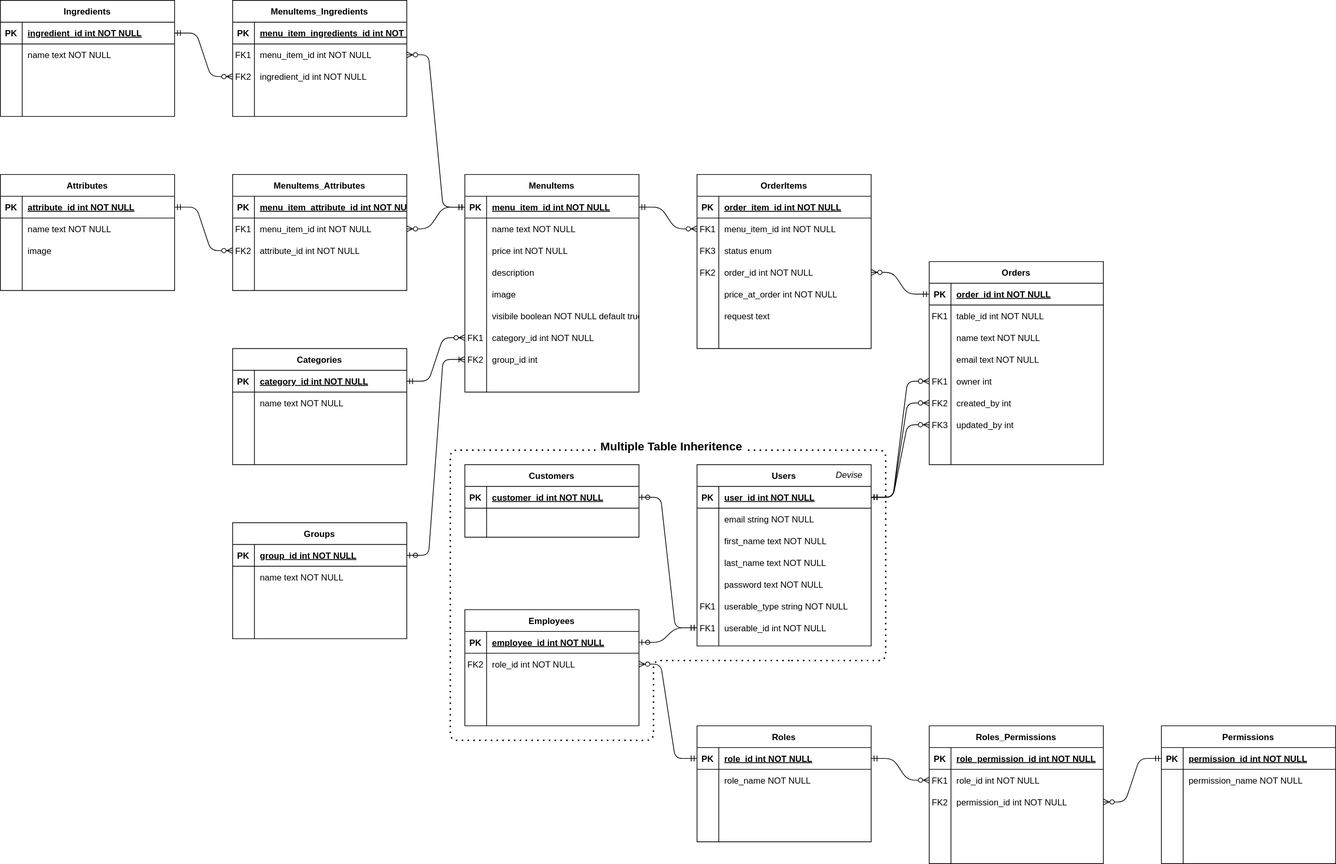
korayleigh/t3a2-b-docs keeps this draw.io diagram as entity_relationship_diagram/entity relationship diagram.drawio.svg. Above is the earlier version. Source tidied: cells renumbered, new cells last; positions are measured from the earlier drawing's top-left corner, leaving out a move shared by most shapes.
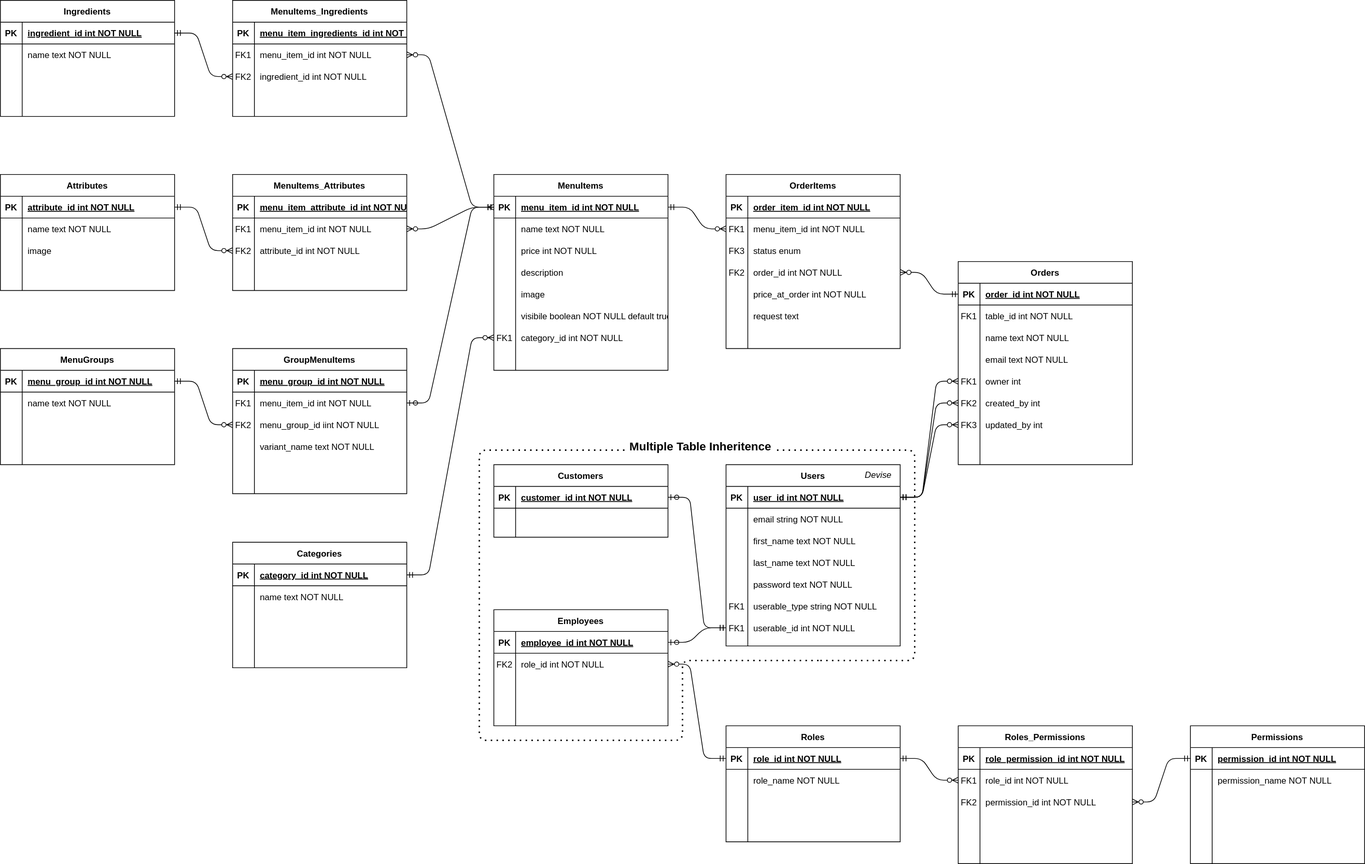
The same file after the commit.

Commit message:
update menu groups on ERD, new trello screenshots

What changed in the source:
```diff
@@ -69,7 +69,7 @@
       <mxGeometry x="30" width="210" height="30" as="geometry" />
     </mxCell>
     <mxCell id="24" value="MenuItems" style="shape=table;startSize=30;rowLines=0;fontStyle=1;align=center;" parent="1" vertex="1">
-      <mxGeometry x="640" y="240" width="240" height="300" as="geometry" />
+      <mxGeometry x="640" y="240" width="240" height="270" as="geometry" />
     </mxCell>
     <mxCell id="25" style="shape=partialRectangle;fillColor=none;points=[[0,0.5],[1,0.5]];portConstraint=eastwest;top=0;left=0;right=0;bottom=1;" parent="24" vertex="1">
       <mxGeometry y="30" width="240" height="30" as="geometry" />
@@ -134,15 +134,6 @@
     <mxCell id="45" value="category_id int NOT NULL" style="shape=partialRectangle;overflow=hidden;fillColor=none;top=0;left=0;bottom=0;right=0;align=left;spacingLeft=6;" parent="43" vertex="1">
       <mxGeometry x="30" width="210" height="30" as="geometry" />
     </mxCell>
-    <mxCell id="46" style="shape=partialRectangle;fillColor=none;points=[[0,0.5],[1,0.5]];portConstraint=eastwest;top=0;left=0;right=0;bottom=0;" parent="24" vertex="1">
-      <mxGeometry y="240" width="240" height="30" as="geometry" />
-    </mxCell>
-    <mxCell id="47" value="FK2" style="shape=partialRectangle;overflow=hidden;fillColor=none;top=0;left=0;bottom=0;right=0;" parent="46" vertex="1">
-      <mxGeometry width="30" height="30" as="geometry" />
-    </mxCell>
-    <mxCell id="48" value="group_id int" style="shape=partialRectangle;overflow=hidden;fillColor=none;top=0;left=0;bottom=0;right=0;align=left;spacingLeft=6;" parent="46" vertex="1">
-      <mxGeometry x="30" width="210" height="30" as="geometry" />
-    </mxCell>
     <mxCell id="49" value="Users" style="shape=table;startSize=30;rowLines=0;fontStyle=1;align=center;" parent="1" vertex="1">
       <mxGeometry x="960" y="640" width="240" height="250" as="geometry" />
     </mxCell>
@@ -426,7 +417,7 @@
       <mxGeometry relative="1" as="geometry" />
     </mxCell>
     <mxCell id="143" value="Attributes" style="shape=table;startSize=30;rowLines=0;fontStyle=1;align=center;" parent="1" vertex="1">
-      <mxGeometry y="240" width="240" height="160" as="geometry" />
+      <mxGeometry x="-40" y="240" width="240" height="160" as="geometry" />
     </mxCell>
     <mxCell id="144" style="shape=partialRectangle;fillColor=none;points=[[0,0.5],[1,0.5]];portConstraint=eastwest;top=0;left=0;right=0;bottom=1;" parent="143" vertex="1">
       <mxGeometry y="30" width="240" height="30" as="geometry" />
@@ -465,7 +456,7 @@
       <mxGeometry x="30" width="210" height="30" as="geometry" />
     </mxCell>
     <mxCell id="156" value="MenuItems_Attributes" style="shape=table;startSize=30;rowLines=0;fontStyle=1;align=center;" parent="1" vertex="1">
-      <mxGeometry x="320" y="240" width="240" height="160" as="geometry" />
+      <mxGeometry x="280" y="240" width="240" height="160" as="geometry" />
     </mxCell>
     <mxCell id="157" style="shape=partialRectangle;fillColor=none;top=0;left=0;right=0;bottom=1;" parent="156" vertex="1">
       <mxGeometry y="30" width="240" height="30" as="geometry" />
@@ -510,7 +501,7 @@
       <mxGeometry relative="1" as="geometry" />
     </mxCell>
     <mxCell id="171" value="Ingredients" style="shape=table;startSize=30;rowLines=0;fontStyle=1;align=center;" parent="1" vertex="1">
-      <mxGeometry width="240" height="160" as="geometry" />
+      <mxGeometry x="-40" width="240" height="160" as="geometry" />
     </mxCell>
     <mxCell id="172" style="shape=partialRectangle;fillColor=none;points=[[0,0.5],[1,0.5]];portConstraint=eastwest;top=0;left=0;right=0;bottom=1;" parent="171" vertex="1">
       <mxGeometry y="30" width="240" height="30" as="geometry" />
@@ -549,7 +540,7 @@
       <mxGeometry x="30" width="210" height="30" as="geometry" />
     </mxCell>
     <mxCell id="184" value="MenuItems_Ingredients" style="shape=table;startSize=30;rowLines=0;fontStyle=1;align=center;" parent="1" vertex="1">
-      <mxGeometry x="320" width="240" height="160" as="geometry" />
+      <mxGeometry x="280" width="240" height="160" as="geometry" />
     </mxCell>
     <mxCell id="185" style="shape=partialRectangle;fillColor=none;top=0;left=0;right=0;bottom=1;" parent="184" vertex="1">
       <mxGeometry y="30" width="240" height="30" as="geometry" />
@@ -594,7 +585,7 @@
       <mxGeometry relative="1" as="geometry" />
     </mxCell>
     <mxCell id="199" value="Categories" style="shape=table;startSize=30;rowLines=0;fontStyle=1;align=center;" parent="1" vertex="1">
-      <mxGeometry x="320" y="480" width="240" height="160" as="geometry" />
+      <mxGeometry x="280" y="747" width="240" height="173" as="geometry" />
     </mxCell>
     <mxCell id="200" style="shape=partialRectangle;fillColor=none;points=[[0,0.5],[1,0.5]];portConstraint=eastwest;top=0;left=0;right=0;bottom=1;" parent="199" vertex="1">
       <mxGeometry y="30" width="240" height="30" as="geometry" />
@@ -623,20 +614,11 @@
     <mxCell id="208" style="shape=partialRectangle;overflow=hidden;fillColor=none;top=0;left=0;bottom=0;right=0;align=left;spacingLeft=6;" parent="206" vertex="1">
       <mxGeometry x="30" width="210" height="30" as="geometry" />
     </mxCell>
-    <mxCell id="209" style="shape=partialRectangle;fillColor=none;top=0;left=0;right=0;bottom=0;" parent="199" vertex="1">
-      <mxGeometry y="120" width="240" height="30" as="geometry" />
-    </mxCell>
-    <mxCell id="210" style="shape=partialRectangle;overflow=hidden;fillColor=none;top=0;left=0;bottom=0;right=0;" parent="209" vertex="1">
-      <mxGeometry width="30" height="30" as="geometry" />
-    </mxCell>
-    <mxCell id="211" style="shape=partialRectangle;overflow=hidden;fillColor=none;top=0;left=0;bottom=0;right=0;align=left;spacingLeft=6;" parent="209" vertex="1">
-      <mxGeometry x="30" width="210" height="30" as="geometry" />
-    </mxCell>
     <mxCell id="212" style="edgeStyle=entityRelationEdgeStyle;fontSize=12;html=1;endArrow=ERzeroToMany;startArrow=ERmandOne;rounded=1;entryX=0;entryY=0.5;entryDx=0;entryDy=0;exitX=1;exitY=0.5;exitDx=0;exitDy=0;" parent="1" edge="1" source="200" target="43">
       <mxGeometry relative="1" as="geometry" />
     </mxCell>
-    <mxCell id="213" value="Groups" style="shape=table;startSize=30;rowLines=0;fontStyle=1;align=center;" parent="1" vertex="1">
-      <mxGeometry x="320" y="720" width="240" height="160" as="geometry" />
+    <mxCell id="213" value="MenuGroups" style="shape=table;startSize=30;rowLines=0;fontStyle=1;align=center;" parent="1" vertex="1">
+      <mxGeometry x="-40" y="480" width="240" height="160" as="geometry" />
     </mxCell>
     <mxCell id="214" style="shape=partialRectangle;fillColor=none;points=[[0,0.5],[1,0.5]];portConstraint=eastwest;top=0;left=0;right=0;bottom=1;" parent="213" vertex="1">
       <mxGeometry y="30" width="240" height="30" as="geometry" />
@@ -644,7 +626,7 @@
     <mxCell id="215" value="PK" style="shape=partialRectangle;overflow=hidden;fillColor=none;top=0;left=0;bottom=0;right=0;fontStyle=1;" parent="214" vertex="1">
       <mxGeometry width="30" height="30" as="geometry" />
     </mxCell>
-    <mxCell id="216" value="group_id int NOT NULL " style="shape=partialRectangle;overflow=hidden;fillColor=none;top=0;left=0;bottom=0;right=0;align=left;spacingLeft=6;fontStyle=5;" parent="214" vertex="1">
+    <mxCell id="216" value="menu_group_id int NOT NULL " style="shape=partialRectangle;overflow=hidden;fillColor=none;top=0;left=0;bottom=0;right=0;align=left;spacingLeft=6;fontStyle=5;" parent="214" vertex="1">
       <mxGeometry x="30" width="210" height="30" as="geometry" />
     </mxCell>
     <mxCell id="217" style="shape=partialRectangle;fillColor=none;top=0;left=0;right=0;bottom=0;" parent="213" vertex="1">
@@ -674,7 +656,7 @@
     <mxCell id="225" style="shape=partialRectangle;overflow=hidden;fillColor=none;top=0;left=0;bottom=0;right=0;align=left;spacingLeft=6;" parent="223" vertex="1">
       <mxGeometry x="30" width="210" height="30" as="geometry" />
     </mxCell>
-    <mxCell id="226" style="edgeStyle=entityRelationEdgeStyle;fontSize=12;html=1;endArrow=ERoneToMany;startArrow=ERzeroToOne;rounded=1;entryX=0;entryY=0.5;entryDx=0;entryDy=0;exitX=1;exitY=0.5;exitDx=0;exitDy=0;startFill=0;endFill=0;" parent="1" edge="1" source="214" target="46">
+    <mxCell id="226" style="edgeStyle=entityRelationEdgeStyle;fontSize=12;html=1;endArrow=ERoneToMany;startArrow=ERzeroToOne;rounded=1;exitX=1;exitY=0.5;exitDx=0;exitDy=0;startFill=0;endFill=0;entryX=0;entryY=0.5;entryDx=0;entryDy=0;" parent="1" edge="1" source="260" target="25">
       <mxGeometry relative="1" as="geometry" />
     </mxCell>
     <mxCell id="227" value="Customers" style="shape=table;startSize=30;rowLines=0;fontStyle=1;align=center;" parent="1" vertex="1">
@@ -778,5 +760,56 @@
     <mxCell id="255" style="edgeStyle=entityRelationEdgeStyle;fontSize=12;html=1;endArrow=ERzeroToMany;startArrow=ERmandOne;rounded=1;exitX=1;exitY=0.5;exitDx=0;exitDy=0;entryX=0;entryY=0.5;entryDx=0;entryDy=0;" parent="1" edge="1" source="50" target="15">
       <mxGeometry relative="1" as="geometry" />
     </mxCell>
+    <mxCell id="256" value="GroupMenuItems" style="shape=table;startSize=30;rowLines=0;fontStyle=1;align=center;" parent="1" vertex="1">
+      <mxGeometry x="280" y="480" width="240" height="200" as="geometry" />
+    </mxCell>
+    <mxCell id="257" style="shape=partialRectangle;fillColor=none;top=0;left=0;right=0;bottom=1;" parent="256" vertex="1">
+      <mxGeometry y="30" width="240" height="30" as="geometry" />
+    </mxCell>
+    <mxCell id="258" value="PK" style="shape=partialRectangle;overflow=hidden;fillColor=none;top=0;left=0;bottom=0;right=0;fontStyle=1;" parent="257" vertex="1">
+      <mxGeometry width="30" height="30" as="geometry" />
+    </mxCell>
+    <mxCell id="259" value="menu_group_id int NOT NULL " style="shape=partialRectangle;overflow=hidden;fillColor=none;top=0;left=0;bottom=0;right=0;align=left;spacingLeft=6;fontStyle=5;" parent="257" vertex="1">
+      <mxGeometry x="30" width="210" height="30" as="geometry" />
+    </mxCell>
+    <mxCell id="260" style="shape=partialRectangle;fillColor=none;points=[[0,0.5],[1,0.5]];portConstraint=eastwest;top=0;left=0;right=0;bottom=0;" parent="256" vertex="1">
+      <mxGeometry y="60" width="240" height="30" as="geometry" />
+    </mxCell>
+    <mxCell id="261" value="FK1" style="shape=partialRectangle;overflow=hidden;fillColor=none;top=0;left=0;bottom=0;right=0;" parent="260" vertex="1">
+      <mxGeometry width="30" height="30" as="geometry" />
+    </mxCell>
+    <mxCell id="262" value="menu_item_id int NOT NULL" style="shape=partialRectangle;overflow=hidden;fillColor=none;top=0;left=0;bottom=0;right=0;align=left;spacingLeft=6;" parent="260" vertex="1">
+      <mxGeometry x="30" width="210" height="30" as="geometry" />
+    </mxCell>
+    <mxCell id="263" style="shape=partialRectangle;fillColor=none;points=[[0,0.5],[1,0.5]];portConstraint=eastwest;top=0;left=0;right=0;bottom=0;" parent="256" vertex="1">
+      <mxGeometry y="90" width="240" height="30" as="geometry" />
+    </mxCell>
+    <mxCell id="47" value="FK2" style="shape=partialRectangle;overflow=hidden;fillColor=none;top=0;left=0;bottom=0;right=0;" parent="263" vertex="1">
+      <mxGeometry width="30" height="30" as="geometry" />
+    </mxCell>
+    <mxCell id="264" value="menu_group_id iint NOT NULL" style="shape=partialRectangle;overflow=hidden;fillColor=none;top=0;left=0;bottom=0;right=0;align=left;spacingLeft=6;" parent="263" vertex="1">
+      <mxGeometry x="30" width="210" height="30" as="geometry" />
+    </mxCell>
+    <mxCell id="209" style="shape=partialRectangle;fillColor=none;top=0;left=0;right=0;bottom=0;" parent="256" vertex="1">
+      <mxGeometry y="120" width="240" height="30" as="geometry" />
+    </mxCell>
+    <mxCell id="265" style="shape=partialRectangle;overflow=hidden;fillColor=none;top=0;left=0;bottom=0;right=0;" parent="209" vertex="1">
+      <mxGeometry width="30" height="30" as="geometry" />
+    </mxCell>
+    <mxCell id="266" value="variant_name text NOT NULL" style="shape=partialRectangle;overflow=hidden;fillColor=none;top=0;left=0;bottom=0;right=0;align=left;spacingLeft=6;" parent="209" vertex="1">
+      <mxGeometry x="30" width="210" height="30" as="geometry" />
+    </mxCell>
+    <mxCell id="267" style="shape=partialRectangle;fillColor=none;top=0;left=0;right=0;bottom=0;" parent="256" vertex="1">
+      <mxGeometry y="150" width="240" height="30" as="geometry" />
+    </mxCell>
+    <mxCell id="268" style="shape=partialRectangle;overflow=hidden;fillColor=none;top=0;left=0;bottom=0;right=0;" parent="267" vertex="1">
+      <mxGeometry width="30" height="30" as="geometry" />
+    </mxCell>
+    <mxCell id="211" style="shape=partialRectangle;overflow=hidden;fillColor=none;top=0;left=0;bottom=0;right=0;align=left;spacingLeft=6;" parent="267" vertex="1">
+      <mxGeometry x="30" width="210" height="30" as="geometry" />
+    </mxCell>
+    <mxCell id="269" style="edgeStyle=entityRelationEdgeStyle;fontSize=12;html=1;endArrow=ERzeroToMany;startArrow=ERmandOne;rounded=1;entryX=0;entryY=0.5;entryDx=0;entryDy=0;exitX=1;exitY=0.5;exitDx=0;exitDy=0;" parent="1" edge="1" source="214" target="263">
+      <mxGeometry relative="1" as="geometry" />
+    </mxCell>
   </root>
 </mxGraphModel>
```
